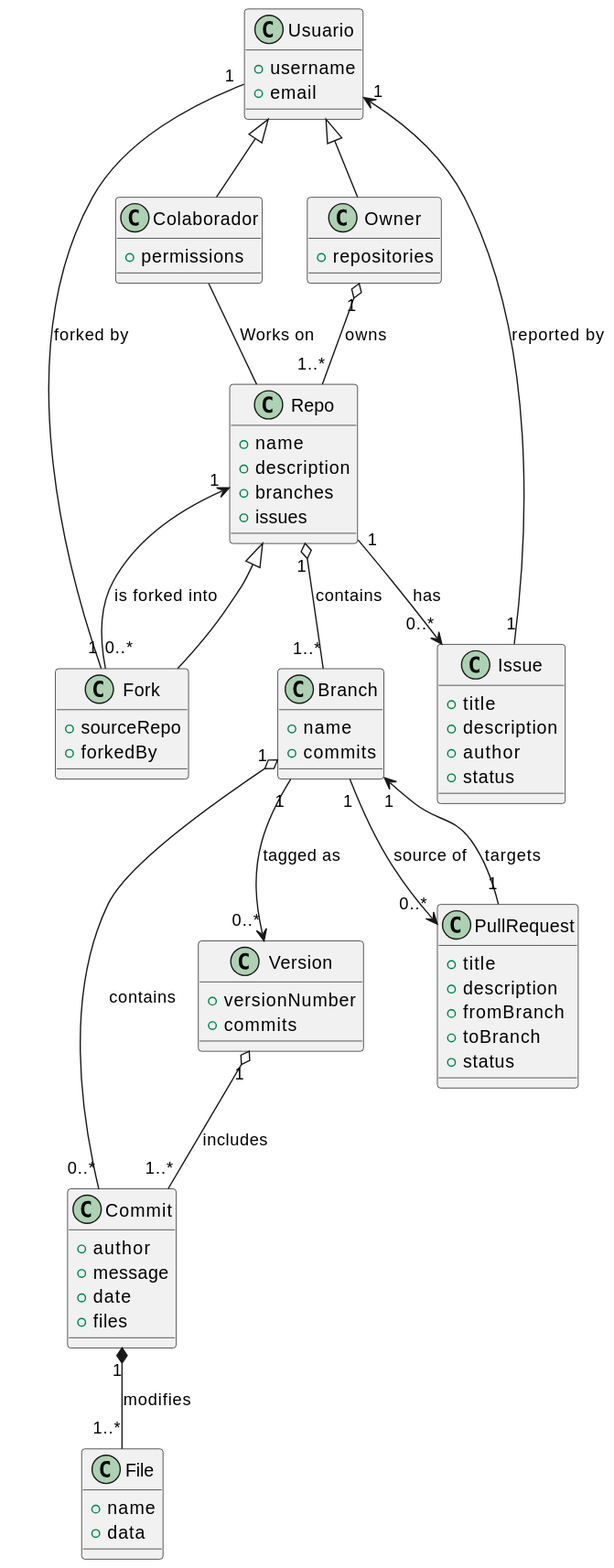
This is images/Original/ModeloClases.svg from Ingenieria-Informatica-UNEATLANTICO/app-actividad-post-parcial-0xJVR, a PlantUML export, as it was before one commit.
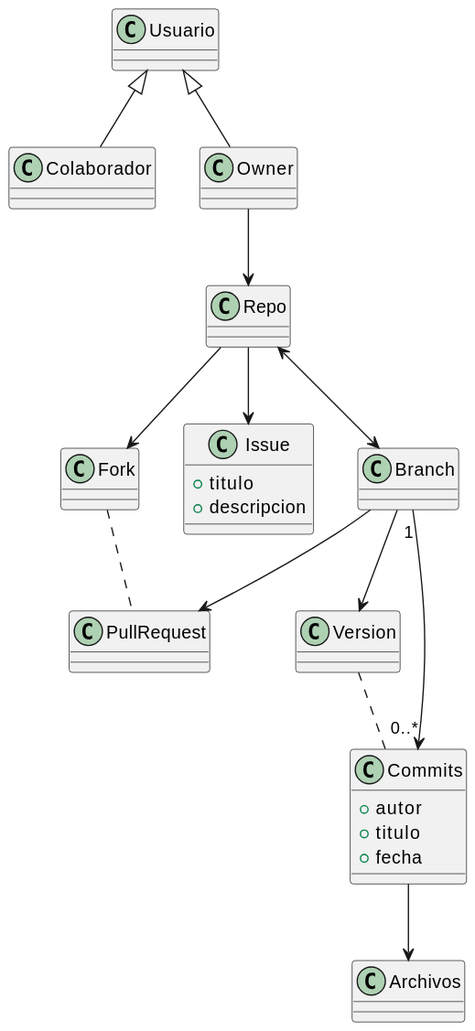
The same diagram one commit later.

Commit message:
Update Class Model SVG

What changed in the source:
```diff
@@ -1,83 +1,34 @@
 @startuml
-class Usuario {
-    +username
-    +email
+class Usuario
+class Colaborador
+class Owner
+class Repo {
 }
-
-class Colaborador {
-    +permissions
+class Fork
+class Issue {
+  +titulo
+  +descripcion
 }
-
-class Owner {
-    +repositories
+class Branch
+class PullRequest
+class Version
+class Commits {
+  +autor
+  +titulo
+  +fecha
 }
+class Archivos
 
 Usuario <|-- Owner
 Usuario <|-- Colaborador
-
-class Repo {
-    +name
-    +description
-    +branches
-    +issues
-}
-
-class Fork {
-    +sourceRepo
-    +forkedBy
-}
-
-Fork --|> Repo
-
-Owner "1" o-- "1..*" Repo : owns
-Colaborador -- Repo : Works on
-Repo "1" o-- "1..*" Branch : contains
-Repo "1" --> "0..*" Issue : has
-Repo "1" <-- "0..*" Fork : is forked into
-Fork "1" -- "1" Usuario : forked by
-
-class Branch {
-    +name
-    +commits
-}
-
-class Commit {
-    +author
-    +message
-    +date
-    +files
-}
-
-class File {
-    +name
-    +data
-}
-
-class Version {
-    +versionNumber
-    +commits
-}
-
-class Issue {
-    +title
-    +description
-    +author
-    +status
-}
-
-class PullRequest {
-    +title
-    +description
-    +fromBranch
-    +toBranch
-    +status
-}
-
-Branch "1" o-- "0..*" Commit : contains
-Commit "1" *-- "1..*" File : modifies
-Branch "1" --> "0..*" Version : tagged as
-Version "1" o-- "1..*" Commit : includes
-Branch "1" --> "0..*" PullRequest : source of
-PullRequest "1" --> "1" Branch : targets
-Issue "1" --> "1" Usuario : reported by
+Owner --> Repo
+Repo <--> Branch
+Repo --> Fork
+Repo --> Issue
+Branch --> PullRequest
+Branch --> Version
+Branch "1" --> "0..*" Commits
+Commits --> Archivos
+Fork .. PullRequest
+Version .. Commits
 @enduml
```
